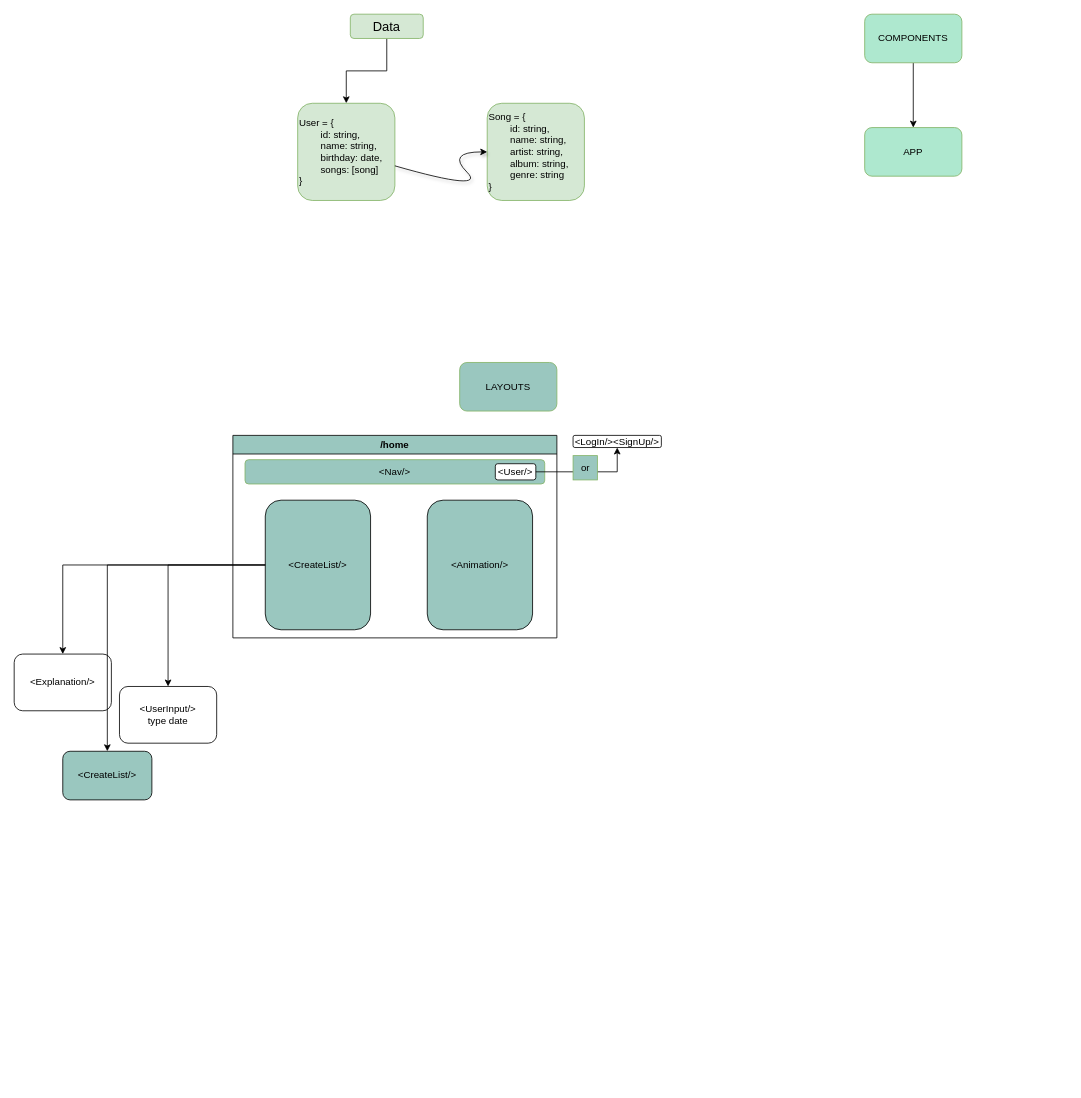
This is diagram.drawio from verrakav/bday-music-app, a draw.io file, before an edit. Source tidied: cells renumbered, new cells numbered last; positions are measured from the earlier drawing's top-left corner, leaving out a move shared by most shapes. Both pictures are drawn from the tidied source at 81%, with x=0, y=0 at pixel (14, 14).
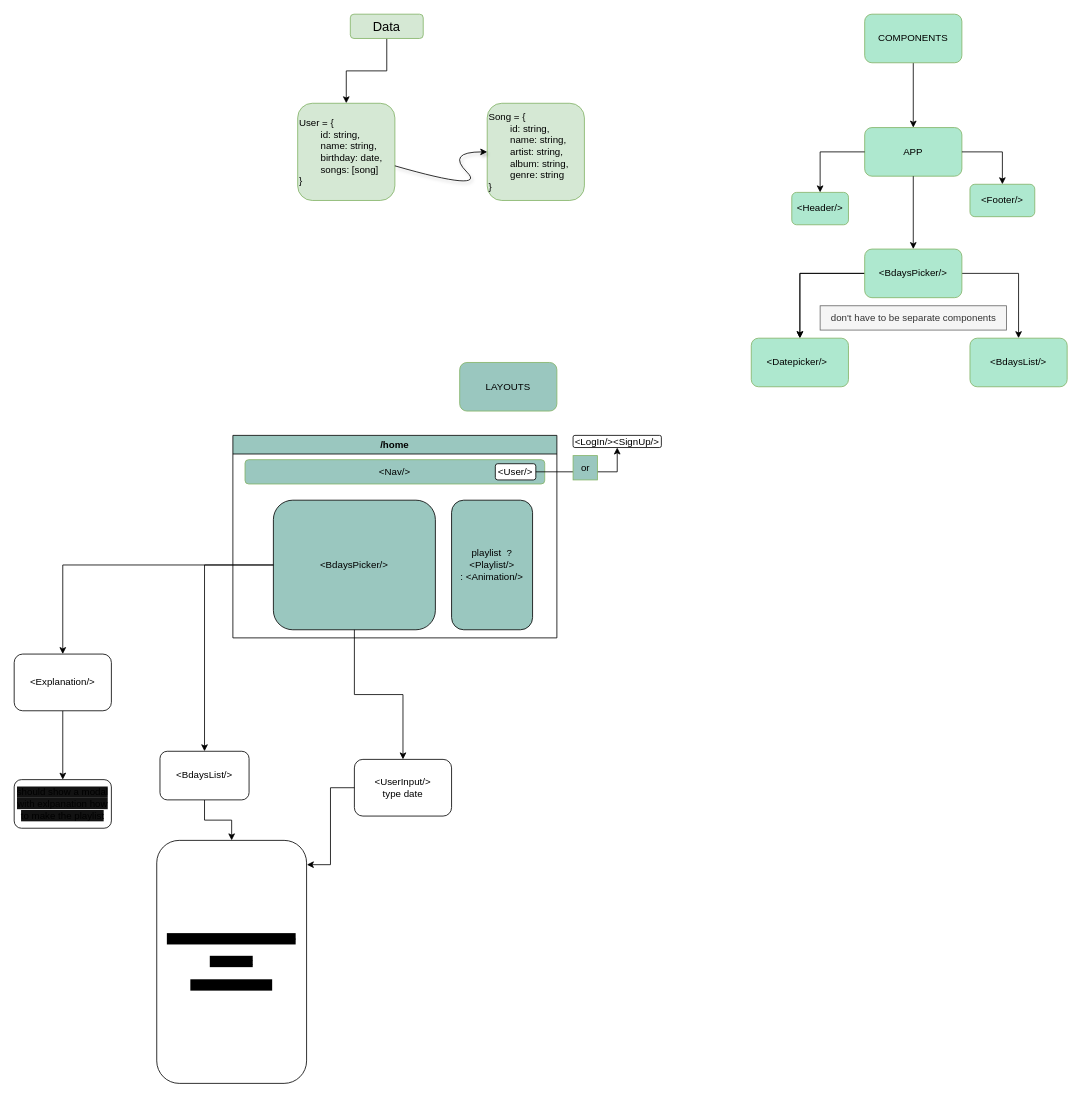
The same page after the edit.

Unchanged cells that the change refers to:
```xml
<mxCell id="5" value="APP" style="rounded=1;whiteSpace=wrap;html=1;fillColor=#AEE8CF;strokeColor=#82b366;" parent="2" vertex="1">
  <mxGeometry y="140" width="120" height="60" as="geometry" />
</mxCell>
<mxCell id="13" value="/home" style="swimlane;whiteSpace=wrap;html=1;fillColor=#9AC7BF;" parent="1" vertex="1">
  <mxGeometry x="270" y="520" width="400" height="250" as="geometry" />
</mxCell>
```

The edit, as a diff of the source:
```diff
@@
-    <mxCell id="16" value="&amp;lt;CreateList/&amp;gt;" style="rounded=1;whiteSpace=wrap;html=1;fillColor=#9AC7BF;" parent="13" vertex="1">
-      <mxGeometry x="40" y="80" width="130" height="160" as="geometry" />
+    <mxCell id="16" value="&amp;lt;BdaysPicker/&amp;gt;" style="rounded=1;whiteSpace=wrap;html=1;fillColor=#9AC7BF;" parent="13" vertex="1">
+      <mxGeometry x="50" y="80" width="200" height="160" as="geometry" />
     </mxCell>
-    <mxCell id="17" value="&amp;lt;Animation/&amp;gt;" style="rounded=1;whiteSpace=wrap;html=1;fillColor=#9AC7BF;" parent="13" vertex="1">
-      <mxGeometry x="240" y="80" width="130" height="160" as="geometry" />
+    <mxCell id="17" value="&lt;div&gt;&lt;div&gt;playlist&amp;nbsp; ?&amp;lt;Playlist/&amp;gt; :&amp;nbsp;&lt;span style=&quot;background-color: transparent; color: light-dark(rgb(0, 0, 0), rgb(255, 255, 255));&quot;&gt;&amp;lt;Animation/&amp;gt;&lt;/span&gt;&lt;/div&gt;&lt;/div&gt;" style="rounded=1;whiteSpace=wrap;html=1;fillColor=#9AC7BF;" parent="13" vertex="1">
+      <mxGeometry x="270" y="80" width="100" height="160" as="geometry" />
     </mxCell>
@@
+    <mxCell id="27" style="edgeStyle=orthogonalEdgeStyle;rounded=0;jettySize=auto;html=1;" parent="1" edge="1" source="21" target="29">
+      <mxGeometry relative="1" as="geometry" />
+    </mxCell>
-    <mxCell id="21" value="&amp;lt;Explanation/&amp;gt;" style="rounded=1;whiteSpace=wrap;html=1;fillColor=#FFFFFF;" parent="1" vertex="1">
+    <mxCell id="21" value="&lt;span style=&quot;background-color: light-dark(#ffffff, var(--ge-dark-color, #121212));&quot;&gt;&amp;lt;Explanation/&amp;gt;&lt;/span&gt;" style="rounded=1;whiteSpace=wrap;html=1;fillColor=#FFFFFF;" parent="1" vertex="1">
       <mxGeometry y="790" width="120" height="70" as="geometry" />
     </mxCell>
@@
-    <mxCell id="23" value="&amp;lt;UserInput/&amp;gt;&lt;div&gt;type date&lt;/div&gt;" style="rounded=1;whiteSpace=wrap;html=1;fillColor=#FFFFFF;" parent="1" vertex="1">
-      <mxGeometry x="130" y="830" width="120" height="70" as="geometry" />
+    <mxCell id="23" value="&lt;span style=&quot;background-color: light-dark(#ffffff, var(--ge-dark-color, #121212));&quot;&gt;&amp;lt;UserInput/&amp;gt;&lt;/span&gt;&lt;div&gt;&lt;span style=&quot;background-color: light-dark(#ffffff, var(--ge-dark-color, #121212));&quot;&gt;type date&lt;/span&gt;&lt;/div&gt;" style="rounded=1;whiteSpace=wrap;html=1;fillColor=#FFFFFF;" parent="1" vertex="1">
+      <mxGeometry x="420" y="920" width="120" height="70" as="geometry" />
     </mxCell>
@@
+    <mxCell id="28" style="edgeStyle=orthogonalEdgeStyle;rounded=0;jettySize=auto;html=1;" parent="1" edge="1" source="25" target="30">
+      <mxGeometry relative="1" as="geometry" />
+    </mxCell>
-    <mxCell id="25" value="&amp;lt;CreateList/&amp;gt;" style="rounded=1;whiteSpace=wrap;html=1;fillColor=#9AC7BF;" parent="1" vertex="1">
-      <mxGeometry x="60" y="910" width="110" height="60" as="geometry" />
+    <mxCell id="25" value="&lt;span style=&quot;background-color: light-dark(#ffffff, var(--ge-dark-color, #121212));&quot;&gt;&amp;lt;BdaysList/&amp;gt;&lt;/span&gt;" style="rounded=1;whiteSpace=wrap;html=1;fillColor=#FFFFFF;" parent="1" vertex="1">
+      <mxGeometry x="180" y="910" width="110" height="60" as="geometry" />
     </mxCell>
@@
+    <mxCell id="29" value="&lt;span style=&quot;background-color: rgb(18, 18, 18);&quot;&gt;should show a modal with exlpanation how to make the playlist&lt;/span&gt;" style="whiteSpace=wrap;html=1;fillColor=#FFFFFF;rounded=1;" parent="1" vertex="1">
+      <mxGeometry y="945" width="120" height="60" as="geometry" />
+    </mxCell>
+    <mxCell id="30" value="&lt;span style=&quot;background-color: rgb(0, 0, 0);&quot;&gt;user ? username : input name&lt;/span&gt;&lt;div&gt;&lt;br&gt;&lt;/div&gt;&lt;div&gt;&lt;span style=&quot;background-color: rgb(0, 0, 0);&quot;&gt;date input&lt;/span&gt;&lt;/div&gt;&lt;div&gt;&lt;span style=&quot;background-color: rgb(0, 0, 0);&quot;&gt;&lt;br&gt;&lt;/span&gt;&lt;/div&gt;&lt;div&gt;&lt;span style=&quot;background-color: rgb(0, 0, 0);&quot;&gt;list of up to 5 dates&lt;/span&gt;&lt;/div&gt;" style="whiteSpace=wrap;html=1;fillColor=#FFFFFF;rounded=1;" parent="1" vertex="1">
+      <mxGeometry x="176" y="1020" width="185" height="300" as="geometry" />
+    </mxCell>
+    <mxCell id="31" style="edgeStyle=orthogonalEdgeStyle;rounded=0;jettySize=auto;html=1;entryX=1.002;entryY=0.1;entryDx=0;entryDy=0;entryPerimeter=0;" parent="1" edge="1" source="23" target="30">
+      <mxGeometry relative="1" as="geometry" />
+    </mxCell>
+    <mxCell id="32" value="&amp;lt;Header/&amp;gt;" style="rounded=1;whiteSpace=wrap;html=1;fillColor=#AEE8CF;strokeColor=#82b366;" parent="1" vertex="1">
+      <mxGeometry x="960" y="220" width="70" height="40" as="geometry" />
+    </mxCell>
+    <mxCell id="33" style="edgeStyle=orthogonalEdgeStyle;rounded=0;jettySize=auto;html=1;" parent="1" edge="1" source="5" target="32">
+      <mxGeometry relative="1" as="geometry" />
+    </mxCell>
+    <mxCell id="34" style="edgeStyle=orthogonalEdgeStyle;rounded=0;jettySize=auto;html=1;" parent="1" edge="1" source="37" target="41">
+      <mxGeometry relative="1" as="geometry" />
+    </mxCell>
+    <mxCell id="35" style="edgeStyle=orthogonalEdgeStyle;rounded=0;jettySize=auto;html=1;" parent="1" edge="1" source="37" target="41">
+      <mxGeometry relative="1" as="geometry" />
+    </mxCell>
+    <mxCell id="36" style="edgeStyle=orthogonalEdgeStyle;rounded=0;jettySize=auto;html=1;" parent="1" edge="1" source="37" target="42">
+      <mxGeometry relative="1" as="geometry" />
+    </mxCell>
+    <mxCell id="37" value="&amp;lt;BdaysPicker/&amp;gt;" style="rounded=1;whiteSpace=wrap;html=1;fillColor=#AEE8CF;strokeColor=#82b366;" parent="1" vertex="1">
+      <mxGeometry x="1050" y="290" width="120" height="60" as="geometry" />
+    </mxCell>
+    <mxCell id="38" style="edgeStyle=orthogonalEdgeStyle;rounded=0;jettySize=auto;html=1;" parent="1" edge="1" source="5" target="37">
+      <mxGeometry relative="1" as="geometry" />
+    </mxCell>
+    <mxCell id="39" value="&amp;lt;Footer/&amp;gt;" style="rounded=1;whiteSpace=wrap;html=1;fillColor=#AEE8CF;strokeColor=#82b366;" parent="1" vertex="1">
+      <mxGeometry x="1180" y="210" width="80" height="40" as="geometry" />
+    </mxCell>
+    <mxCell id="40" style="edgeStyle=orthogonalEdgeStyle;rounded=0;jettySize=auto;html=1;" parent="1" edge="1" source="5" target="39">
+      <mxGeometry relative="1" as="geometry" />
+    </mxCell>
+    <mxCell id="41" value="&amp;lt;Datepicker/&amp;gt;&amp;nbsp;&amp;nbsp;" style="rounded=1;whiteSpace=wrap;html=1;fillColor=#AEE8CF;strokeColor=#82b366;" parent="1" vertex="1">
+      <mxGeometry x="910" y="400" width="120" height="60" as="geometry" />
+    </mxCell>
+    <mxCell id="42" value="&amp;lt;BdaysList/&amp;gt;" style="rounded=1;whiteSpace=wrap;html=1;fillColor=#AEE8CF;strokeColor=#82b366;" parent="1" vertex="1">
+      <mxGeometry x="1180" y="400" width="120" height="60" as="geometry" />
+    </mxCell>
+    <mxCell id="43" value="don't have to be separate components" style="text;html=1;align=center;verticalAlign=middle;strokeColor=#666666;fillColor=#f5f5f5;fontColor=#333333;" parent="1" vertex="1">
+      <mxGeometry x="995" y="360" width="230" height="30" as="geometry" />
+    </mxCell>
```
